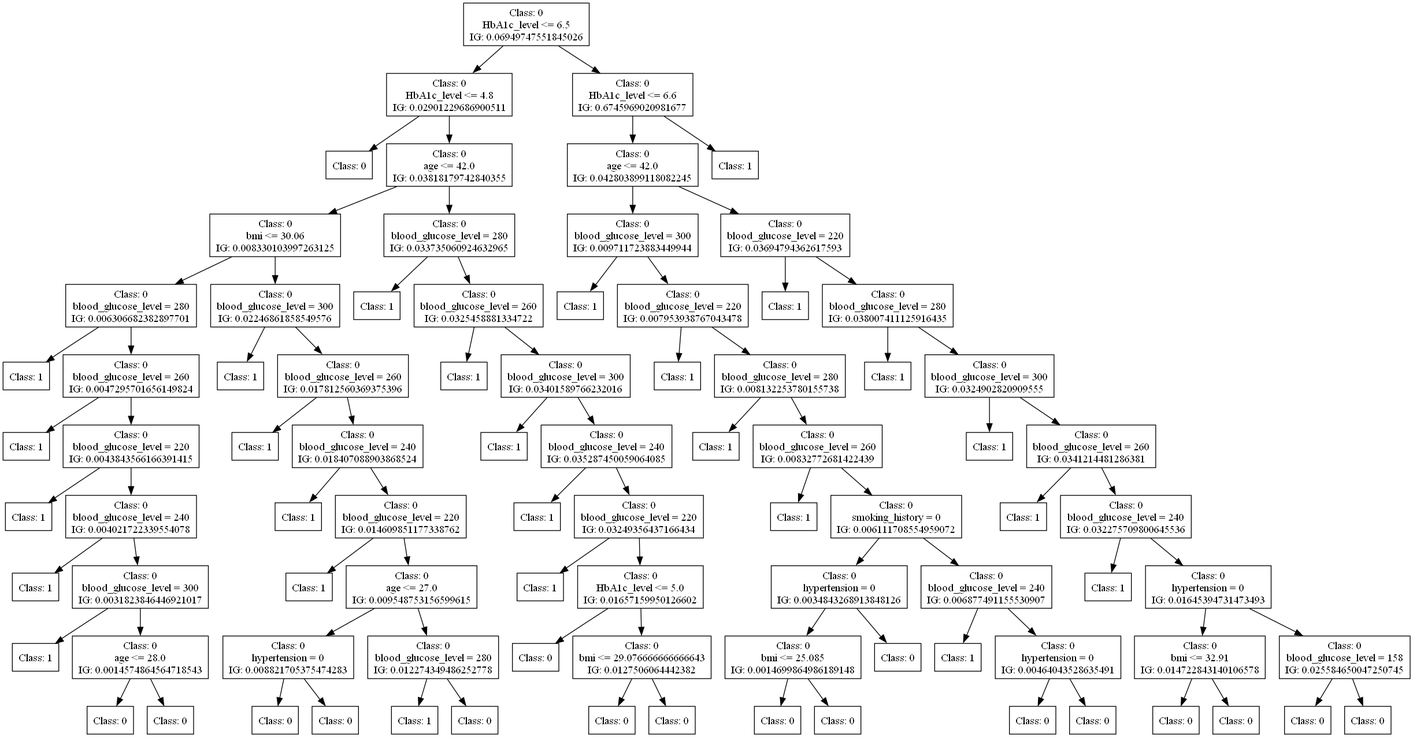
Earlier version of the Graphviz export dot_figs/tree-custom-diabetes.png (FedericoBruzzone/anti-money-laundering). Its source is kept beside it as dot_figs/tree-custom-diabetes.dot.
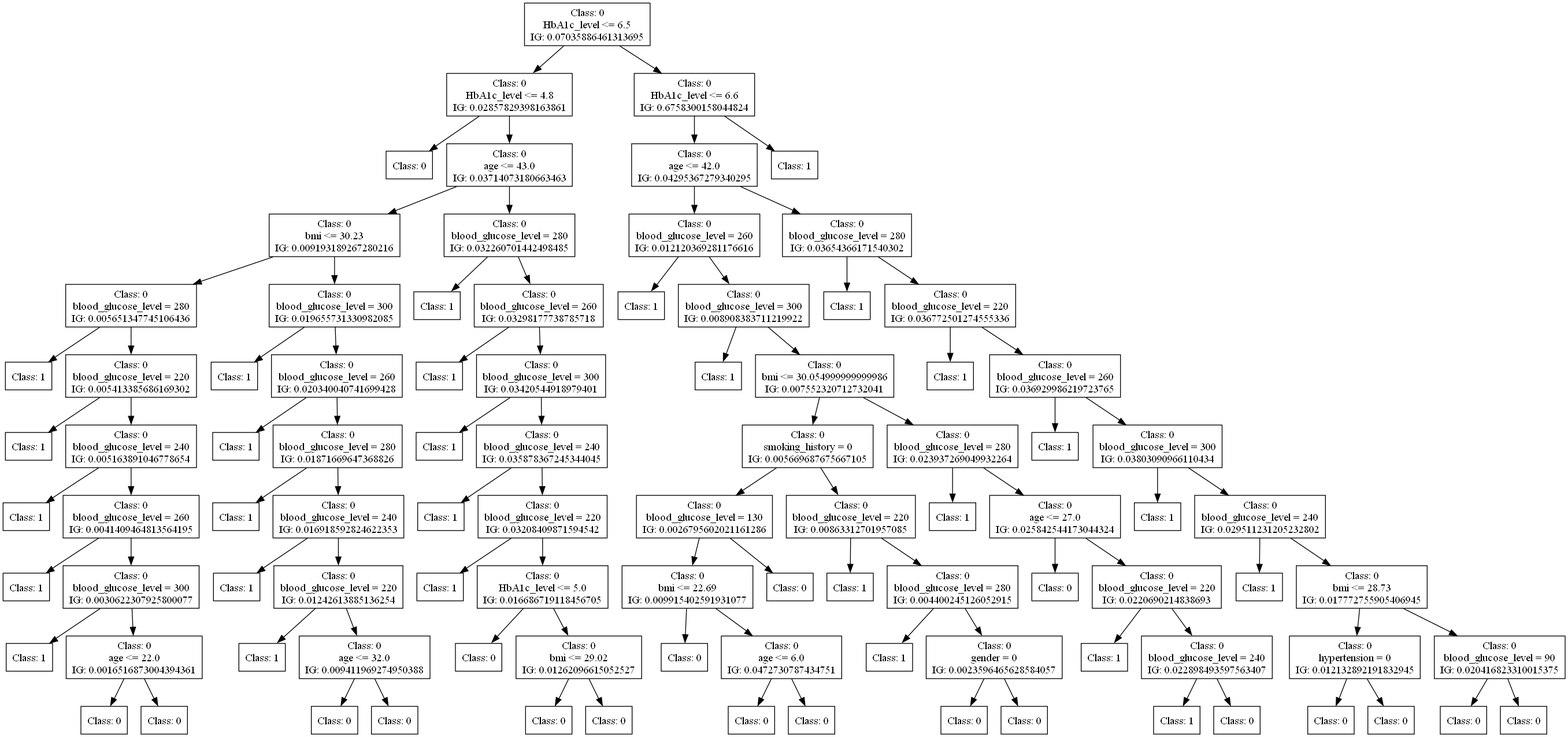
After the commit.

Diff of the diagram source:
```diff
@@ -1,307 +1,335 @@
 digraph DecisionTree {
 	rankdir=TD;
 	node [shape=box];
-	1472321841728 [label="Class: 0
+	1901844320880 [label="Class: 0
 HbA1c_level <= 6.5
-IG: 0.06949747551845026"];
-	1472331673472 [label="Class: 0
+IG: 0.07035886461313695"];
+	1902432963936 [label="Class: 0
 HbA1c_level <= 4.8
-IG: 0.02901229686900511"];
-	1472321841728 -> 1472331673472;
-	1472331670640 [label="Class: 0
+IG: 0.02857829398163861"];
+	1901844320880 -> 1902432963936;
+	1902402362992 [label="Class: 0
 "];
-	1472331673472 -> 1472331670640;
-	1472331671120 [label="Class: 0
+	1902432963936 -> 1902402362992;
+	1902402363232 [label="Class: 0
+age <= 43.0
+IG: 0.03714073180663463"];
+	1902432963936 -> 1902402363232;
+	1902433187008 [label="Class: 0
+bmi <= 30.23
+IG: 0.009193189267280216"];
+	1902402363232 -> 1902433187008;
+	1902432796000 [label="Class: 0
+blood_glucose_level = 280
+IG: 0.005651347745106436"];
+	1902433187008 -> 1902432796000;
+	1902421598432 [label="Class: 1
+"];
+	1902432796000 -> 1902421598432;
+	1902421597184 [label="Class: 0
+blood_glucose_level = 220
+IG: 0.005413385686169302"];
+	1902432796000 -> 1902421597184;
+	1902422640192 [label="Class: 1
+"];
+	1902421597184 -> 1902422640192;
+	1902422646240 [label="Class: 0
+blood_glucose_level = 240
+IG: 0.005163891046778654"];
+	1902421597184 -> 1902422646240;
+	1902422646144 [label="Class: 1
+"];
+	1902422646240 -> 1902422646144;
+	1902422638896 [label="Class: 0
+blood_glucose_level = 260
+IG: 0.0041409464813564195"];
+	1902422646240 -> 1902422638896;
+	1902422643216 [label="Class: 1
+"];
+	1902422638896 -> 1902422643216;
+	1902422646336 [label="Class: 0
+blood_glucose_level = 300
+IG: 0.0030622307925800077"];
+	1902422638896 -> 1902422646336;
+	1902422641392 [label="Class: 1
+"];
+	1902422646336 -> 1902422641392;
+	1902422646912 [label="Class: 0
+age <= 22.0
+IG: 0.0016516873004394361"];
+	1902422646336 -> 1902422646912;
+	1902422641872 [label="Class: 0
+"];
+	1902422646912 -> 1902422641872;
+	1902422645088 [label="Class: 0
+"];
+	1902422646912 -> 1902422645088;
+	1902432791536 [label="Class: 0
+blood_glucose_level = 300
+IG: 0.019655731330982085"];
+	1902433187008 -> 1902432791536;
+	1902422647056 [label="Class: 1
+"];
+	1902432791536 -> 1902422647056;
+	1902422645856 [label="Class: 0
+blood_glucose_level = 260
+IG: 0.020340040741699428"];
+	1902432791536 -> 1902422645856;
+	1902422646432 [label="Class: 1
+"];
+	1902422645856 -> 1902422646432;
+	1902422647248 [label="Class: 0
+blood_glucose_level = 280
+IG: 0.01871669647368826"];
+	1902422645856 -> 1902422647248;
+	1902422646672 [label="Class: 1
+"];
+	1902422647248 -> 1902422646672;
+	1902422646960 [label="Class: 0
+blood_glucose_level = 240
+IG: 0.016918592824622353"];
+	1902422647248 -> 1902422646960;
+	1902422645472 [label="Class: 1
+"];
+	1902422646960 -> 1902422645472;
+	1902422645328 [label="Class: 0
+blood_glucose_level = 220
+IG: 0.01242613885136254"];
+	1902422646960 -> 1902422645328;
+	1902422646864 [label="Class: 1
+"];
+	1902422645328 -> 1902422646864;
+	1902422647344 [label="Class: 0
+age <= 32.0
+IG: 0.009411969274950388"];
+	1902422645328 -> 1902422647344;
+	1902422648256 [label="Class: 0
+"];
+	1902422647344 -> 1902422648256;
+	1902422647008 [label="Class: 0
+"];
+	1902422647344 -> 1902422647008;
+	1902433180144 [label="Class: 0
+blood_glucose_level = 280
+IG: 0.032260701442498485"];
+	1902402363232 -> 1902433180144;
+	1902422645712 [label="Class: 1
+"];
+	1902433180144 -> 1902422645712;
+	1902422647200 [label="Class: 0
+blood_glucose_level = 260
+IG: 0.03298177738785718"];
+	1902433180144 -> 1902422647200;
+	1902422644752 [label="Class: 1
+"];
+	1902422647200 -> 1902422644752;
+	1902422645760 [label="Class: 0
+blood_glucose_level = 300
+IG: 0.03420544918979401"];
+	1902422647200 -> 1902422645760;
+	1902422644464 [label="Class: 1
+"];
+	1902422645760 -> 1902422644464;
+	1902422644944 [label="Class: 0
+blood_glucose_level = 240
+IG: 0.035878367245344045"];
+	1902422645760 -> 1902422644944;
+	1902422647824 [label="Class: 1
+"];
+	1902422644944 -> 1902422647824;
+	1902422646768 [label="Class: 0
+blood_glucose_level = 220
+IG: 0.03208409871594542"];
+	1902422644944 -> 1902422646768;
+	1902422648592 [label="Class: 1
+"];
+	1902422646768 -> 1902422648592;
+	1902422649120 [label="Class: 0
+HbA1c_level <= 5.0
+IG: 0.016686719118456705"];
+	1902422646768 -> 1902422649120;
+	1902422647488 [label="Class: 0
+"];
+	1902422649120 -> 1902422647488;
+	1902422649024 [label="Class: 0
+bmi <= 29.02
+IG: 0.01262096615052527"];
+	1902422649120 -> 1902422649024;
+	1902422648064 [label="Class: 0
+"];
+	1902422649024 -> 1902422648064;
+	1902422645904 [label="Class: 0
+"];
+	1902422649024 -> 1902422645904;
+	1902432961296 [label="Class: 0
+HbA1c_level <= 6.6
+IG: 0.6758300158044824"];
+	1901844320880 -> 1902432961296;
+	1902422648016 [label="Class: 0
 age <= 42.0
-IG: 0.03818179742840355"];
-	1472331673472 -> 1472331671120;
-	1472331671216 [label="Class: 0
-bmi <= 30.06
-IG: 0.008330103997263125"];
-	1472331671120 -> 1472331671216;
-	1472331665072 [label="Class: 0
+IG: 0.04295367279340295"];
+	1902432961296 -> 1902422648016;
+	1902422649552 [label="Class: 0
+blood_glucose_level = 260
+IG: 0.012120369281176616"];
+	1902422648016 -> 1902422649552;
+	1902422642784 [label="Class: 1
+"];
+	1902422649552 -> 1902422642784;
+	1902422649648 [label="Class: 0
+blood_glucose_level = 300
+IG: 0.008908383711219922"];
+	1902422649552 -> 1902422649648;
+	1902422647152 [label="Class: 1
+"];
+	1902422649648 -> 1902422647152;
+	1902422647728 [label="Class: 0
+bmi <= 30.054999999999986
+IG: 0.007552320712732041"];
+	1902422649648 -> 1902422647728;
+	1902422647104 [label="Class: 0
+smoking_history = 0
+IG: 0.005669687675667105"];
+	1902422647728 -> 1902422647104;
+	1902422650272 [label="Class: 0
+blood_glucose_level = 130
+IG: 0.0026795602021161286"];
+	1902422647104 -> 1902422650272;
+	1902422648496 [label="Class: 0
+bmi <= 22.69
+IG: 0.009915402591931077"];
+	1902422650272 -> 1902422648496;
+	1902422651184 [label="Class: 0
+"];
+	1902422648496 -> 1902422651184;
+	1902422642640 [label="Class: 0
+age <= 6.0
+IG: 0.0472730787434751"];
+	1902422648496 -> 1902422642640;
+	1902422647536 [label="Class: 0
+"];
+	1902422642640 -> 1902422647536;
+	1902422650656 [label="Class: 0
+"];
+	1902422642640 -> 1902422650656;
+	1902422649600 [label="Class: 0
+"];
+	1902422650272 -> 1902422649600;
+	1902422649168 [label="Class: 0
+blood_glucose_level = 220
+IG: 0.00863312701957085"];
+	1902422647104 -> 1902422649168;
+	1902422646000 [label="Class: 1
+"];
+	1902422649168 -> 1902422646000;
+	1902422646576 [label="Class: 0
 blood_glucose_level = 280
-IG: 0.006306682382897701"];
-	1472331671216 -> 1472331665072;
-	1472331670304 [label="Class: 1
+IG: 0.004400245126052915"];
+	1902422649168 -> 1902422646576;
+	1902422650080 [label="Class: 1
 "];
-	1472331665072 -> 1472331670304;
-	1472331675200 [label="Class: 0
+	1902422646576 -> 1902422650080;
+	1902422649216 [label="Class: 0
+gender = 0
+IG: 0.0023596465628584057"];
+	1902422646576 -> 1902422649216;
+	1902422640048 [label="Class: 0
+"];
+	1902422649216 -> 1902422640048;
+	1902422650368 [label="Class: 0
+"];
+	1902422649216 -> 1902422650368;
+	1902422646288 [label="Class: 0
+blood_glucose_level = 280
+IG: 0.023937269049932264"];
+	1902422647728 -> 1902422646288;
+	1902422645616 [label="Class: 1
+"];
+	1902422646288 -> 1902422645616;
+	1902422650848 [label="Class: 0
+age <= 27.0
+IG: 0.025842544173044324"];
+	1902422646288 -> 1902422650848;
+	1902422651088 [label="Class: 0
+"];
+	1902422650848 -> 1902422651088;
+	1902422650608 [label="Class: 0
+blood_glucose_level = 220
+IG: 0.0220690214838693"];
+	1902422650848 -> 1902422650608;
+	1902422648352 [label="Class: 1
+"];
+	1902422650608 -> 1902422648352;
+	1902422652000 [label="Class: 0
+blood_glucose_level = 240
+IG: 0.022898493597563407"];
+	1902422650608 -> 1902422652000;
+	1902422651376 [label="Class: 1
+"];
+	1902422652000 -> 1902422651376;
+	1902422649840 [label="Class: 0
+"];
+	1902422652000 -> 1902422649840;
+	1902422649264 [label="Class: 0
+blood_glucose_level = 280
+IG: 0.03654366171540302"];
+	1902422648016 -> 1902422649264;
+	1902422652528 [label="Class: 1
+"];
+	1902422649264 -> 1902422652528;
+	1902422649744 [label="Class: 0
+blood_glucose_level = 220
+IG: 0.036772501274555336"];
+	1902422649264 -> 1902422649744;
+	1902422647392 [label="Class: 1
+"];
+	1902422649744 -> 1902422647392;
+	1902422652240 [label="Class: 0
 blood_glucose_level = 260
-IG: 0.0047295701656149824"];
-	1472331665072 -> 1472331675200;
-	1472331675008 [label="Class: 1
+IG: 0.036929986219723765"];
+	1902422649744 -> 1902422652240;
+	1902422649312 [label="Class: 1
 "];
-	1472331675200 -> 1472331675008;
-	1472331675920 [label="Class: 0
-blood_glucose_level = 220
-IG: 0.0043843566166391415"];
-	1472331675200 -> 1472331675920;
-	1472331675872 [label="Class: 1
+	1902422652240 -> 1902422649312;
+	1902422653200 [label="Class: 0
+blood_glucose_level = 300
+IG: 0.03803090966110434"];
+	1902422652240 -> 1902422653200;
+	1902422653152 [label="Class: 1
 "];
-	1472331675920 -> 1472331675872;
-	1472331676880 [label="Class: 0
+	1902422653200 -> 1902422653152;
+	1902422638656 [label="Class: 0
 blood_glucose_level = 240
-IG: 0.004021722339554078"];
-	1472331675920 -> 1472331676880;
-	1472331676784 [label="Class: 1
+IG: 0.029511231205232802"];
+	1902422653200 -> 1902422638656;
+	1902422646720 [label="Class: 1
 "];
-	1472331676880 -> 1472331676784;
-	1472331671168 [label="Class: 0
-blood_glucose_level = 300
-IG: 0.0031823846446921017"];
-	1472331676880 -> 1472331671168;
-	1472331671264 [label="Class: 1
+	1902422638656 -> 1902422646720;
+	1902422650224 [label="Class: 0
+bmi <= 28.73
+IG: 0.017772755905406945"];
+	1902422638656 -> 1902422650224;
+	1902422647872 [label="Class: 0
+hypertension = 0
+IG: 0.012132892191832945"];
+	1902422650224 -> 1902422647872;
+	1902422644896 [label="Class: 0
 "];
-	1472331671168 -> 1472331671264;
-	1472331670928 [label="Class: 0
-age <= 28.0
-IG: 0.0014574864564718543"];
-	1472331671168 -> 1472331670928;
-	1472331668048 [label="Class: 0
+	1902422647872 -> 1902422644896;
+	1902422652048 [label="Class: 0
 "];
-	1472331670928 -> 1472331668048;
-	1472331677552 [label="Class: 0
+	1902422647872 -> 1902422652048;
+	1902422653776 [label="Class: 0
+blood_glucose_level = 90
+IG: 0.020416823310015375"];
+	1902422650224 -> 1902422653776;
+	1902422653392 [label="Class: 0
 "];
-	1472331670928 -> 1472331677552;
-	1472331674720 [label="Class: 0
-blood_glucose_level = 300
-IG: 0.02246861858549576"];
-	1472331671216 -> 1472331674720;
-	1472331670544 [label="Class: 1
+	1902422653776 -> 1902422653392;
+	1902422651664 [label="Class: 0
 "];
-	1472331674720 -> 1472331670544;
-	1472331677216 [label="Class: 0
-blood_glucose_level = 260
-IG: 0.017812560369375396"];
-	1472331674720 -> 1472331677216;
-	1472331677408 [label="Class: 1
+	1902422653776 -> 1902422651664;
+	1902422642064 [label="Class: 1
 "];
-	1472331677216 -> 1472331677408;
-	1472331671456 [label="Class: 0
-blood_glucose_level = 240
-IG: 0.018407088903868524"];
-	1472331677216 -> 1472331671456;
-	1472331676352 [label="Class: 1
-"];
-	1472331671456 -> 1472331676352;
-	1472331664256 [label="Class: 0
-blood_glucose_level = 220
-IG: 0.014609851177338762"];
-	1472331671456 -> 1472331664256;
-	1472331674864 [label="Class: 1
-"];
-	1472331664256 -> 1472331674864;
-	1472331670448 [label="Class: 0
-age <= 27.0
-IG: 0.009548753156599615"];
-	1472331664256 -> 1472331670448;
-	1472331668096 [label="Class: 0
-hypertension = 0
-IG: 0.008821705375474283"];
-	1472331670448 -> 1472331668096;
-	1472331677648 [label="Class: 0
-"];
-	1472331668096 -> 1472331677648;
-	1472331665696 [label="Class: 0
-"];
-	1472331668096 -> 1472331665696;
-	1472331673568 [label="Class: 0
-blood_glucose_level = 280
-IG: 0.012274349486252778"];
-	1472331670448 -> 1472331673568;
-	1472331676688 [label="Class: 1
-"];
-	1472331673568 -> 1472331676688;
-	1472331675824 [label="Class: 0
-"];
-	1472331673568 -> 1472331675824;
-	1472331674912 [label="Class: 0
-blood_glucose_level = 280
-IG: 0.033735060924632965"];
-	1472331671120 -> 1472331674912;
-	1472331668288 [label="Class: 1
-"];
-	1472331674912 -> 1472331668288;
-	1472331676496 [label="Class: 0
-blood_glucose_level = 260
-IG: 0.0325458881334722"];
-	1472331674912 -> 1472331676496;
-	1472331677024 [label="Class: 1
-"];
-	1472331676496 -> 1472331677024;
-	1472331676448 [label="Class: 0
-blood_glucose_level = 300
-IG: 0.03401589766232016"];
-	1472331676496 -> 1472331676448;
-	1472437487120 [label="Class: 1
-"];
-	1472331676448 -> 1472437487120;
-	1472437486112 [label="Class: 0
-blood_glucose_level = 240
-IG: 0.035287450059064085"];
-	1472331676448 -> 1472437486112;
-	1472437487024 [label="Class: 1
-"];
-	1472437486112 -> 1472437487024;
-	1472437486016 [label="Class: 0
-blood_glucose_level = 220
-IG: 0.03249356437166434"];
-	1472437486112 -> 1472437486016;
-	1472437486352 [label="Class: 1
-"];
-	1472437486016 -> 1472437486352;
-	1472437485920 [label="Class: 0
-HbA1c_level <= 5.0
-IG: 0.01657159950126602"];
-	1472437486016 -> 1472437485920;
-	1472437486304 [label="Class: 0
-"];
-	1472437485920 -> 1472437486304;
-	1472437487600 [label="Class: 0
-bmi <= 29.076666666666643
-IG: 0.0127506064442382"];
-	1472437485920 -> 1472437487600;
-	1472437486208 [label="Class: 0
-"];
-	1472437487600 -> 1472437486208;
-	1472437486400 [label="Class: 0
-"];
-	1472437487600 -> 1472437486400;
-	1472331673424 [label="Class: 0
-HbA1c_level <= 6.6
-IG: 0.6745969020981677"];
-	1472321841728 -> 1472331673424;
-	1472437487504 [label="Class: 0
-age <= 42.0
-IG: 0.042803899118082245"];
-	1472331673424 -> 1472437487504;
-	1472437488608 [label="Class: 0
-blood_glucose_level = 300
-IG: 0.009711723883449944"];
-	1472437487504 -> 1472437488608;
-	1472437485680 [label="Class: 1
-"];
-	1472437488608 -> 1472437485680;
-	1472437485824 [label="Class: 0
-blood_glucose_level = 220
-IG: 0.007953938767043478"];
-	1472437488608 -> 1472437485824;
-	1472437487216 [label="Class: 1
-"];
-	1472437485824 -> 1472437487216;
-	1472437488848 [label="Class: 0
-blood_glucose_level = 280
-IG: 0.008132253780155738"];
-	1472437485824 -> 1472437488848;
-	1472437488944 [label="Class: 1
-"];
-	1472437488848 -> 1472437488944;
-	1472437486448 [label="Class: 0
-blood_glucose_level = 260
-IG: 0.00832772681422439"];
-	1472437488848 -> 1472437486448;
-	1472437486784 [label="Class: 1
-"];
-	1472437486448 -> 1472437486784;
-	1472437487744 [label="Class: 0
-smoking_history = 0
-IG: 0.006111708554959072"];
-	1472437486448 -> 1472437487744;
-	1472437488224 [label="Class: 0
-hypertension = 0
-IG: 0.0034843268913848126"];
-	1472437487744 -> 1472437488224;
-	1472437489136 [label="Class: 0
-bmi <= 25.085
-IG: 0.0014699864986189148"];
-	1472437488224 -> 1472437489136;
-	1472437489376 [label="Class: 0
-"];
-	1472437489136 -> 1472437489376;
-	1472437487264 [label="Class: 0
-"];
-	1472437489136 -> 1472437487264;
-	1472437488656 [label="Class: 0
-"];
-	1472437488224 -> 1472437488656;
-	1472437485872 [label="Class: 0
-blood_glucose_level = 240
-IG: 0.006877491155530907"];
-	1472437487744 -> 1472437485872;
-	1472437487840 [label="Class: 1
-"];
-	1472437485872 -> 1472437487840;
-	1472437486928 [label="Class: 0
-hypertension = 0
-IG: 0.00464043528635491"];
-	1472437485872 -> 1472437486928;
-	1472437489616 [label="Class: 0
-"];
-	1472437486928 -> 1472437489616;
-	1472437487696 [label="Class: 0
-"];
-	1472437486928 -> 1472437487696;
-	1472437487360 [label="Class: 0
-blood_glucose_level = 220
-IG: 0.03694794362617593"];
-	1472437487504 -> 1472437487360;
-	1472437488320 [label="Class: 1
-"];
-	1472437487360 -> 1472437488320;
-	1472437486160 [label="Class: 0
-blood_glucose_level = 280
-IG: 0.038007411125916435"];
-	1472437487360 -> 1472437486160;
-	1472437485632 [label="Class: 1
-"];
-	1472437486160 -> 1472437485632;
-	1472437488080 [label="Class: 0
-blood_glucose_level = 300
-IG: 0.0324902820909555"];
-	1472437486160 -> 1472437488080;
-	1472437488272 [label="Class: 1
-"];
-	1472437488080 -> 1472437488272;
-	1472437487312 [label="Class: 0
-blood_glucose_level = 260
-IG: 0.0341214481286381"];
-	1472437488080 -> 1472437487312;
-	1472437490816 [label="Class: 1
-"];
-	1472437487312 -> 1472437490816;
-	1472437489040 [label="Class: 0
-blood_glucose_level = 240
-IG: 0.032275709800645536"];
-	1472437487312 -> 1472437489040;
-	1472437486496 [label="Class: 1
-"];
-	1472437489040 -> 1472437486496;
-	1472437488368 [label="Class: 0
-hypertension = 0
-IG: 0.01645394731473493"];
-	1472437489040 -> 1472437488368;
-	1472437490432 [label="Class: 0
-bmi <= 32.91
-IG: 0.014722843140106578"];
-	1472437488368 -> 1472437490432;
-	1472437486736 [label="Class: 0
-"];
-	1472437490432 -> 1472437486736;
-	1472437491392 [label="Class: 0
-"];
-	1472437490432 -> 1472437491392;
-	1472437490576 [label="Class: 0
-blood_glucose_level = 158
-IG: 0.025584650047250745"];
-	1472437488368 -> 1472437490576;
-	1472437490480 [label="Class: 0
-"];
-	1472437490576 -> 1472437490480;
-	1472437491680 [label="Class: 0
-"];
-	1472437490576 -> 1472437491680;
-	1472437488176 [label="Class: 1
-"];
-	1472331673424 -> 1472437488176;
+	1902432961296 -> 1902422642064;
 }
```
